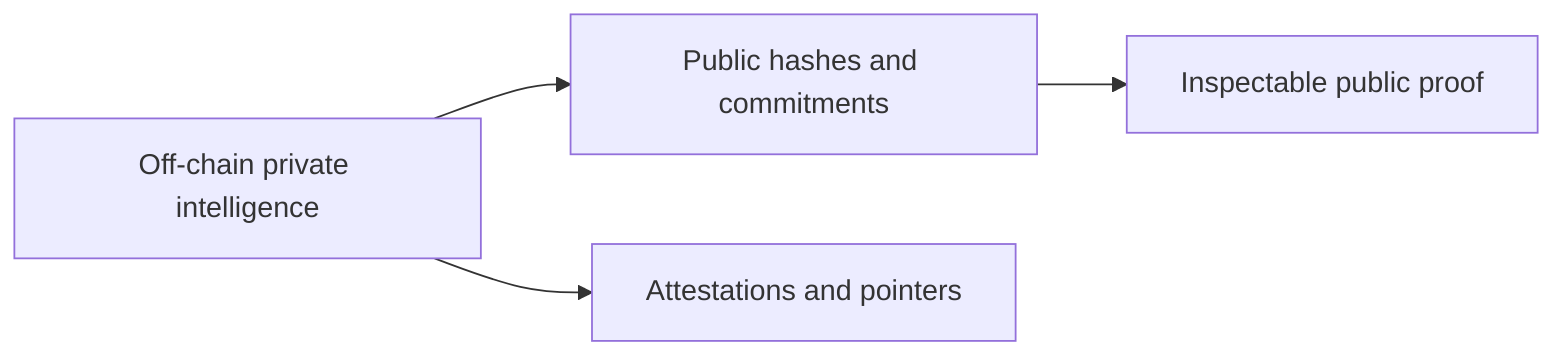
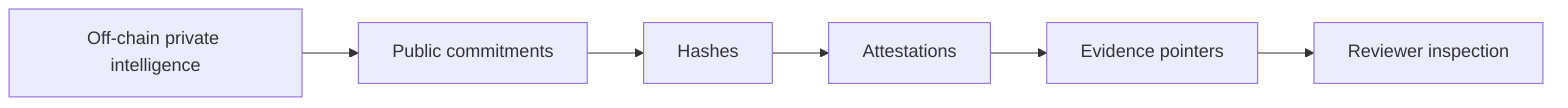
flowchart LR
-   PrivateIntelligence[Off-chain private intelligence]-->Hashes[Public hashes and commitments]
-   PrivateIntelligence-->Pointers[Attestations and pointers]
-   Hashes-->InspectableProof[Inspectable public proof]
+   n0["Off-chain private intelligence"] --> n1["Public commitments"]
+   n1["Public commitments"] --> n2["Hashes"]
+   n2["Hashes"] --> n3["Attestations"]
+   n3["Attestations"] --> n4["Evidence pointers"]
+   n4["Evidence pointers"] --> n5["Reviewer inspection"]
